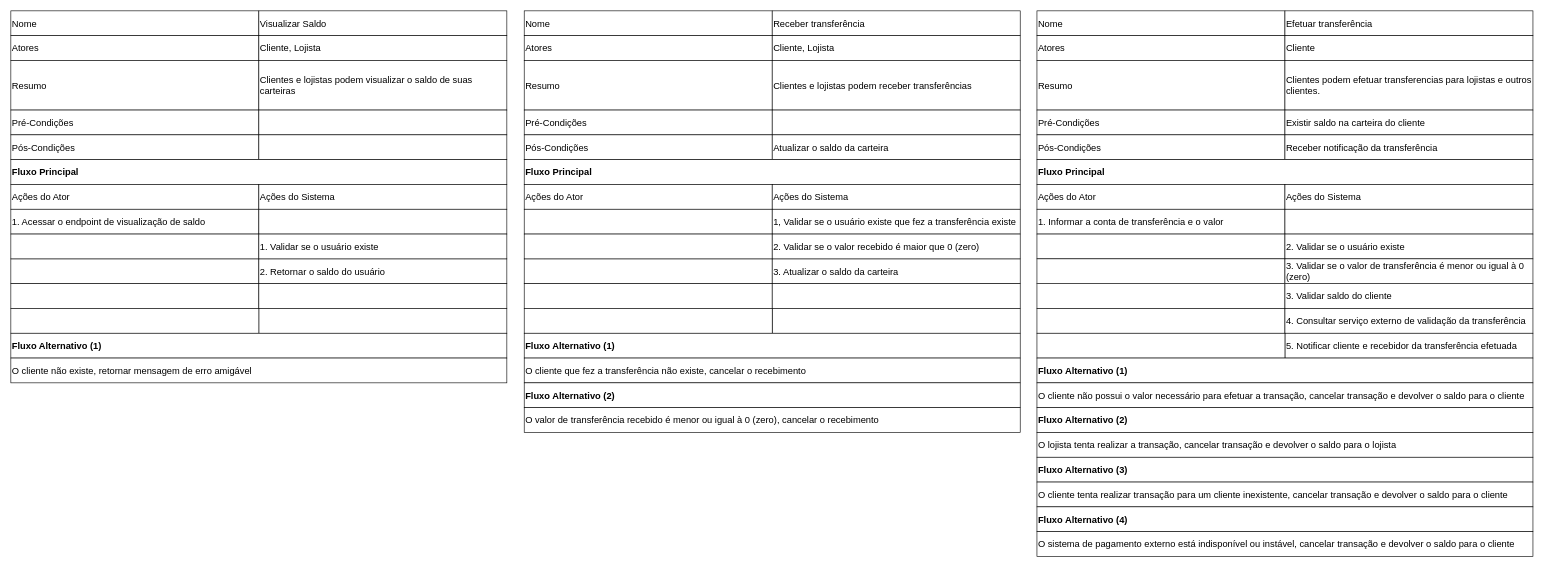
Earlier version of the draw.io diagram page "Especificação dos casos de uso" (3 of 3) of docs/arquitetura.drawio (marafu/picpay-desafio-backend). Source tidied: cells renumbered, new cells numbered last; positions are measured from the earlier drawing's top-left corner, leaving out a move shared by most shapes. Both pictures are drawn from the tidied source at 62%, with x=0, y=0 at pixel (11, 11).
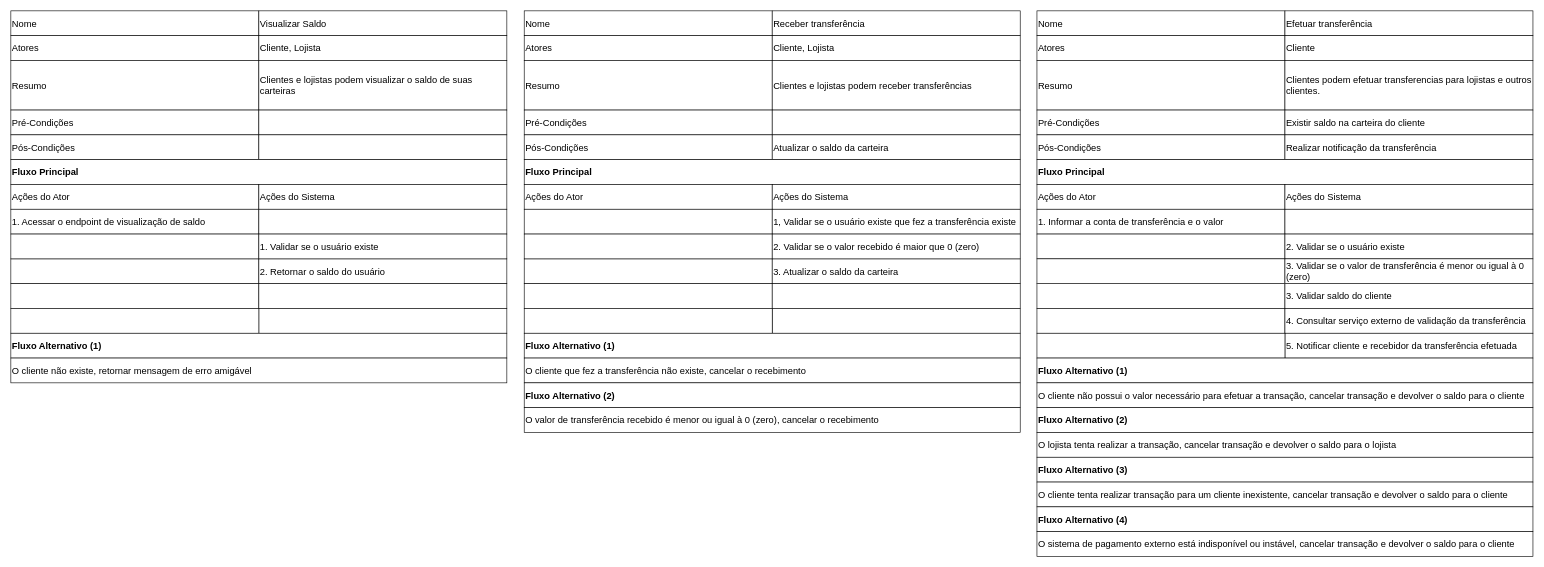
The same diagram, later.

Diff of the diagram source:
```diff
@@
-    <mxCell id="11" value="Receber notificação da transferência" style="rounded=0;whiteSpace=wrap;html=1;fontSize=15;align=left;" parent="1" vertex="1">
+    <mxCell id="11" value="Realizar notificação da transferência" style="rounded=0;whiteSpace=wrap;html=1;fontSize=15;align=left;" parent="1" vertex="1">
       <mxGeometry x="2055" y="200" width="400" height="40" as="geometry" />
     </mxCell>
```
